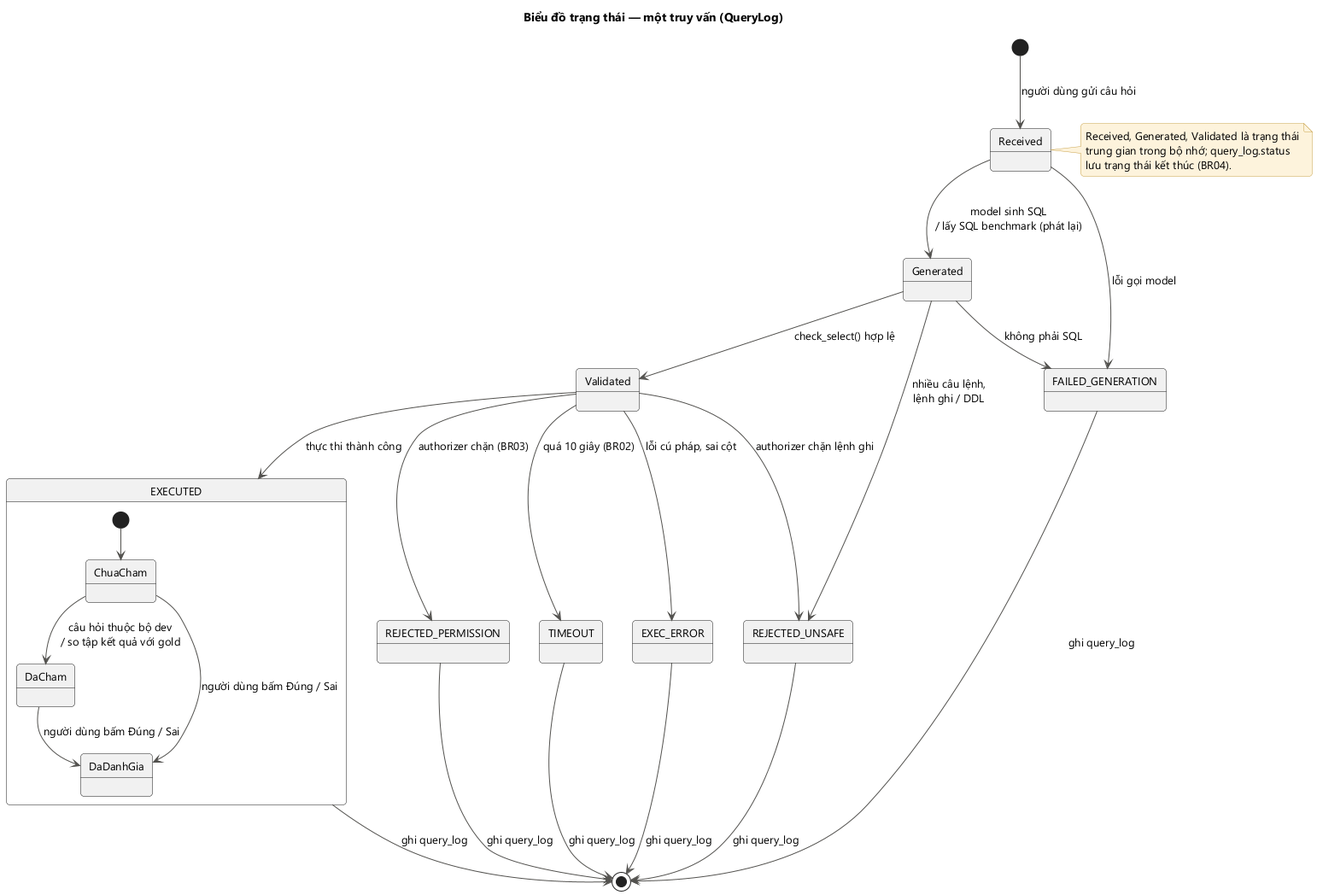
Earlier version of the PlantUML export docs/pttk/diagrams/state_query_log.png (ThanhTrung2001/llm-as-db-interface-project). The source it was exported from:
```plantuml
@startuml state_query_log
!include _style.iuml
title Biểu đồ trạng thái — một truy vấn (QueryLog)

[*] --> Received : người dùng gửi câu hỏi
Received --> Generated : model sinh SQL\n/ lấy SQL benchmark (phát lại)
Received --> FAILED_GENERATION : lỗi gọi model
Generated --> Validated : check_select() hợp lệ
Generated --> REJECTED_UNSAFE : nhiều câu lệnh,\nlệnh ghi / DDL
Generated --> FAILED_GENERATION : không phải SQL
Validated --> EXECUTED : thực thi thành công
Validated --> REJECTED_PERMISSION : authorizer chặn (BR03)
Validated --> REJECTED_UNSAFE : authorizer chặn lệnh ghi
Validated --> TIMEOUT : quá 10 giây (BR02)
Validated --> EXEC_ERROR : lỗi cú pháp, sai cột

state EXECUTED {
  [*] --> ChuaCham
  ChuaCham --> DaCham : câu hỏi thuộc bộ dev\n/ so tập kết quả với gold
  DaCham --> DaDanhGia : người dùng bấm Đúng / Sai
  ChuaCham --> DaDanhGia : người dùng bấm Đúng / Sai
}

EXECUTED --> [*] : ghi query_log
FAILED_GENERATION --> [*] : ghi query_log
REJECTED_UNSAFE --> [*] : ghi query_log
REJECTED_PERMISSION --> [*] : ghi query_log
TIMEOUT --> [*] : ghi query_log
EXEC_ERROR --> [*] : ghi query_log

note right of Received
  Received, Generated, Validated là trạng thái
  trung gian trong bộ nhớ; query_log.status
  lưu trạng thái kết thúc (BR04).
end note
@enduml
```
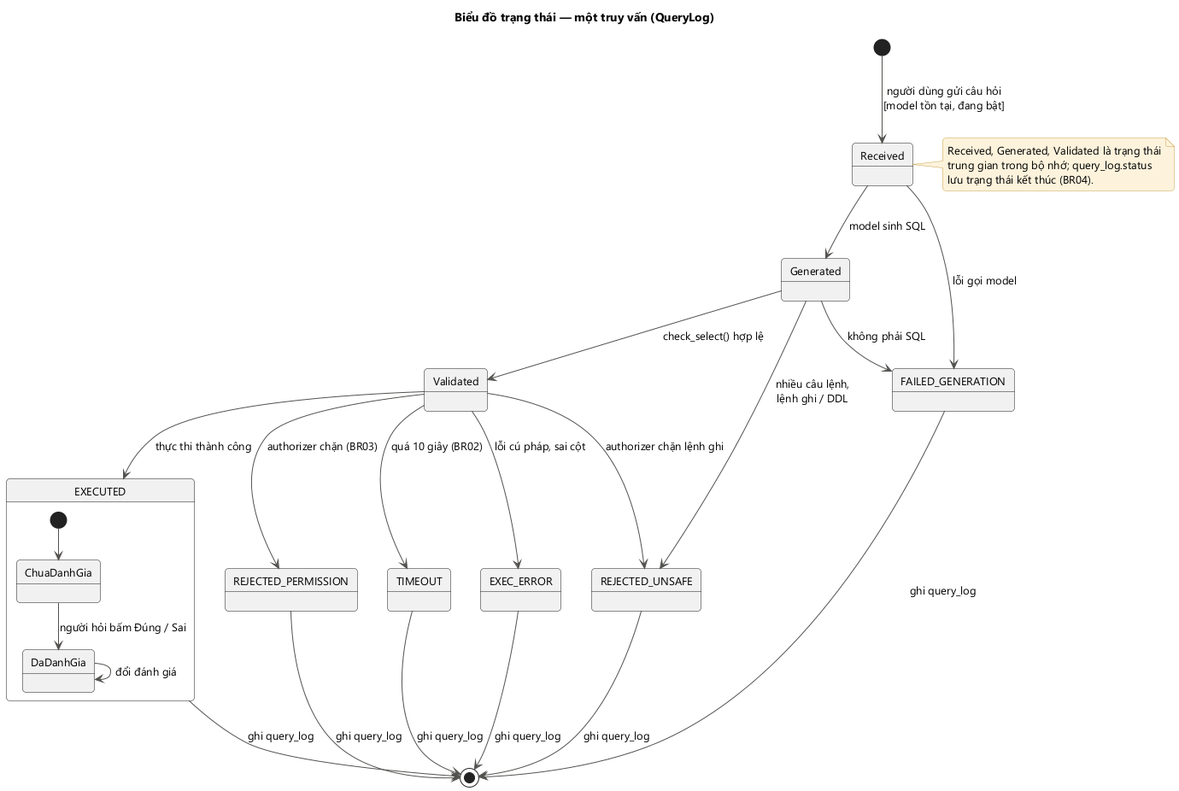
Above is the later version.

The edit, as a diff of the source:
```diff
@@ -2,8 +2,8 @@
 !include _style.iuml
 title Biểu đồ trạng thái — một truy vấn (QueryLog)
 
-[*] --> Received : người dùng gửi câu hỏi
-Received --> Generated : model sinh SQL\n/ lấy SQL benchmark (phát lại)
+[*] --> Received : người dùng gửi câu hỏi\n[model tồn tại, đang bật]
+Received --> Generated : model sinh SQL
 Received --> FAILED_GENERATION : lỗi gọi model
 Generated --> Validated : check_select() hợp lệ
 Generated --> REJECTED_UNSAFE : nhiều câu lệnh,\nlệnh ghi / DDL
@@ -15,10 +15,9 @@
 Validated --> EXEC_ERROR : lỗi cú pháp, sai cột
 
 state EXECUTED {
-  [*] --> ChuaCham
-  ChuaCham --> DaCham : câu hỏi thuộc bộ dev\n/ so tập kết quả với gold
-  DaCham --> DaDanhGia : người dùng bấm Đúng / Sai
-  ChuaCham --> DaDanhGia : người dùng bấm Đúng / Sai
+  [*] --> ChuaDanhGia
+  ChuaDanhGia --> DaDanhGia : người hỏi bấm Đúng / Sai
+  DaDanhGia --> DaDanhGia : đổi đánh giá
 }
 
 EXECUTED --> [*] : ghi query_log
```
